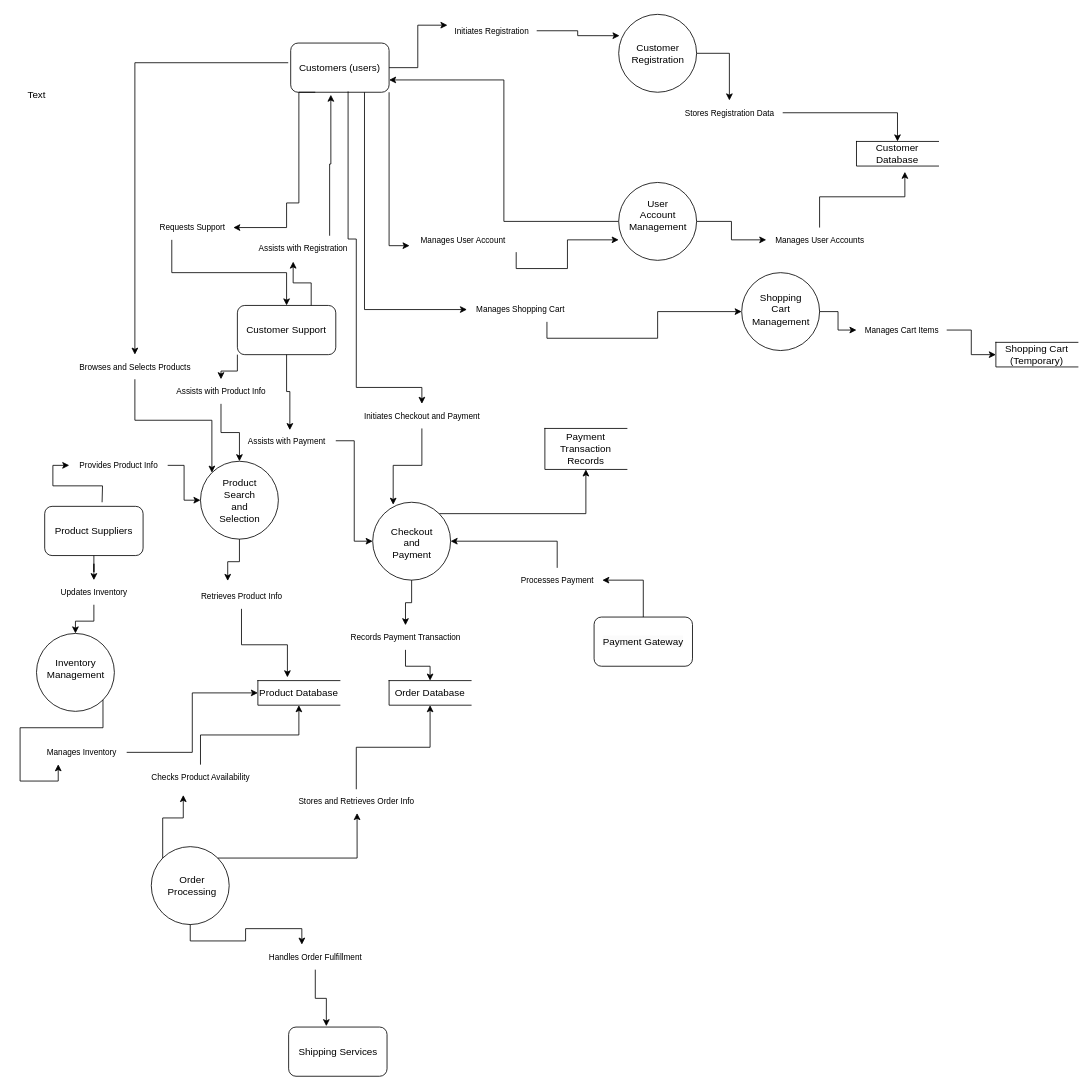
Earlier version of the draw.io diagram level1.drawio (Chukwuebuka-2003/SE-DFD). Source tidied: cells renumbered, new cells numbered last; positions are measured from the earlier drawing's top-left corner, leaving out a move shared by most shapes. Both pictures are drawn from the tidied source at 82%, with x=0, y=0 at pixel (16, 14).
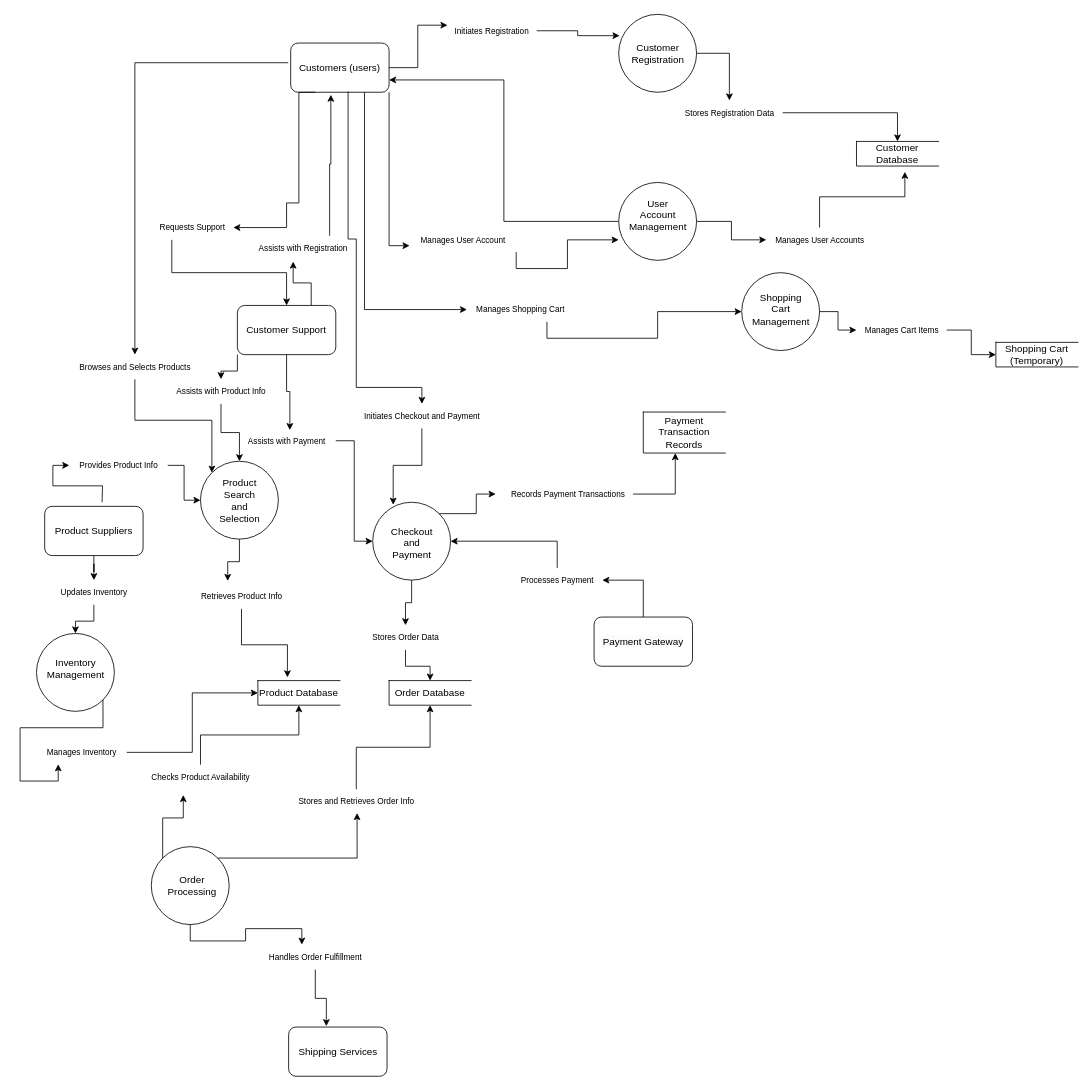
Above is the later version.

Unchanged cells that the change refers to:
```xml
<mxCell id="5" style="shape=ellipse;html=1;dashed=0;whiteSpace=wrap;perimeter=ellipsePerimeter;" parent="1" vertex="1">
  <mxGeometry x="435" y="595" width="95" height="95" as="geometry" />
</mxCell>
```

Change to the diagram source:
```diff
@@
-    <mxCell id="4" style="edgeStyle=orthogonalEdgeStyle;rounded=0;jettySize=auto;html=1;exitX=1;exitY=0;exitDx=0;exitDy=0;" parent="1" edge="1" source="5" target="35">
-      <mxGeometry relative="1" as="geometry" />
-    </mxCell>
@@
     <mxCell id="35" value="Payment Transaction Records" style="html=1;dashed=0;whiteSpace=wrap;shape=partialRectangle;right=0;" parent="1" vertex="1">
-      <mxGeometry x="645" y="505" width="100" height="50" as="geometry" />
+      <mxGeometry x="765" y="485" width="100" height="50" as="geometry" />
     </mxCell>
@@
-    <mxCell id="66" value="Text" style="text;html=1;align=center;verticalAlign=middle;strokeColor=none;fillColor=none;" parent="1" vertex="1">
-      <mxGeometry y="83" width="50" height="30" as="geometry" />
-    </mxCell>
@@
-    <mxCell id="81" value="&lt;font style=&quot;font-size: 10px;&quot;&gt;Records Payment Transaction&lt;/font&gt;" style="text;html=1;align=center;verticalAlign=middle;points=[];strokeColor=none;fillColor=none;" parent="1" vertex="1">
-      <mxGeometry x="395" y="745" width="160" height="30" as="geometry" />
+    <mxCell id="81" value="&lt;span style=&quot;font-size: 10px;&quot;&gt;Stores Order Data&lt;/span&gt;" style="text;html=1;align=center;verticalAlign=middle;points=[];strokeColor=none;fillColor=none;" parent="1" vertex="1">
+      <mxGeometry x="425" y="745" width="100" height="30" as="geometry" />
     </mxCell>
@@
+    <mxCell id="92" value="&lt;font style=&quot;font-size: 10px;&quot;&gt;Records Payment Transactions&lt;/font&gt;" style="text;html=1;align=center;verticalAlign=middle;points=[];strokeColor=none;fillColor=none;" parent="1" vertex="1">
+      <mxGeometry x="592.5" y="570" width="160" height="30" as="geometry" />
+    </mxCell>
+    <mxCell id="93" style="edgeStyle=orthogonalEdgeStyle;rounded=0;jettySize=auto;html=1;entryX=0.39;entryY=1;entryDx=0;entryDy=0;entryPerimeter=0;" parent="1" edge="1" source="92" target="35">
+      <mxGeometry relative="1" as="geometry" />
+    </mxCell>
+    <mxCell id="94" style="edgeStyle=orthogonalEdgeStyle;rounded=0;jettySize=auto;html=1;exitX=1;exitY=0;exitDx=0;exitDy=0;entryX=-0.047;entryY=0.5;entryDx=0;entryDy=0;entryPerimeter=0;" parent="1" edge="1" source="5" target="92">
+      <mxGeometry relative="1" as="geometry" />
+    </mxCell>
```
